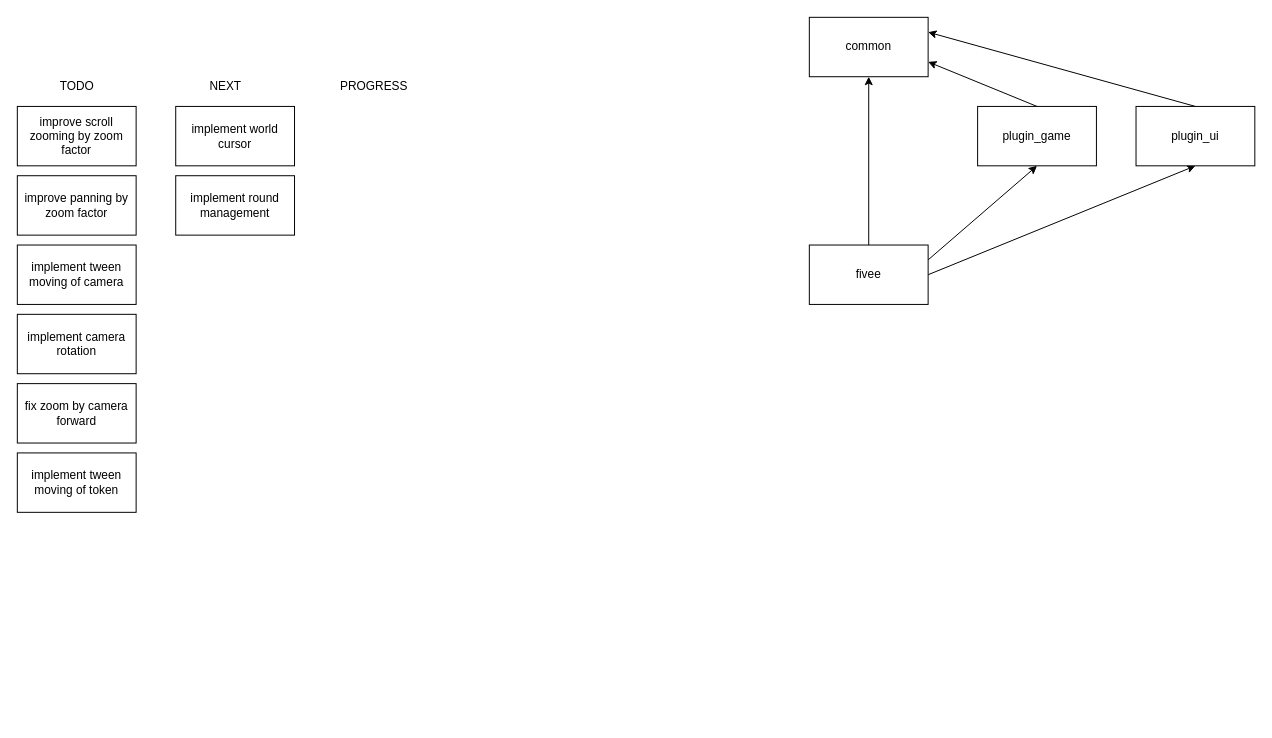
Above: .drawio in horup/fivee (draw.io), before the change. Source tidied: cells renumbered, new cells numbered last; positions are measured from the earlier drawing's top-left corner, leaving out a move shared by most shapes. Both pictures are drawn from the tidied source at 99%, with x=0, y=0 at pixel (17, 17).
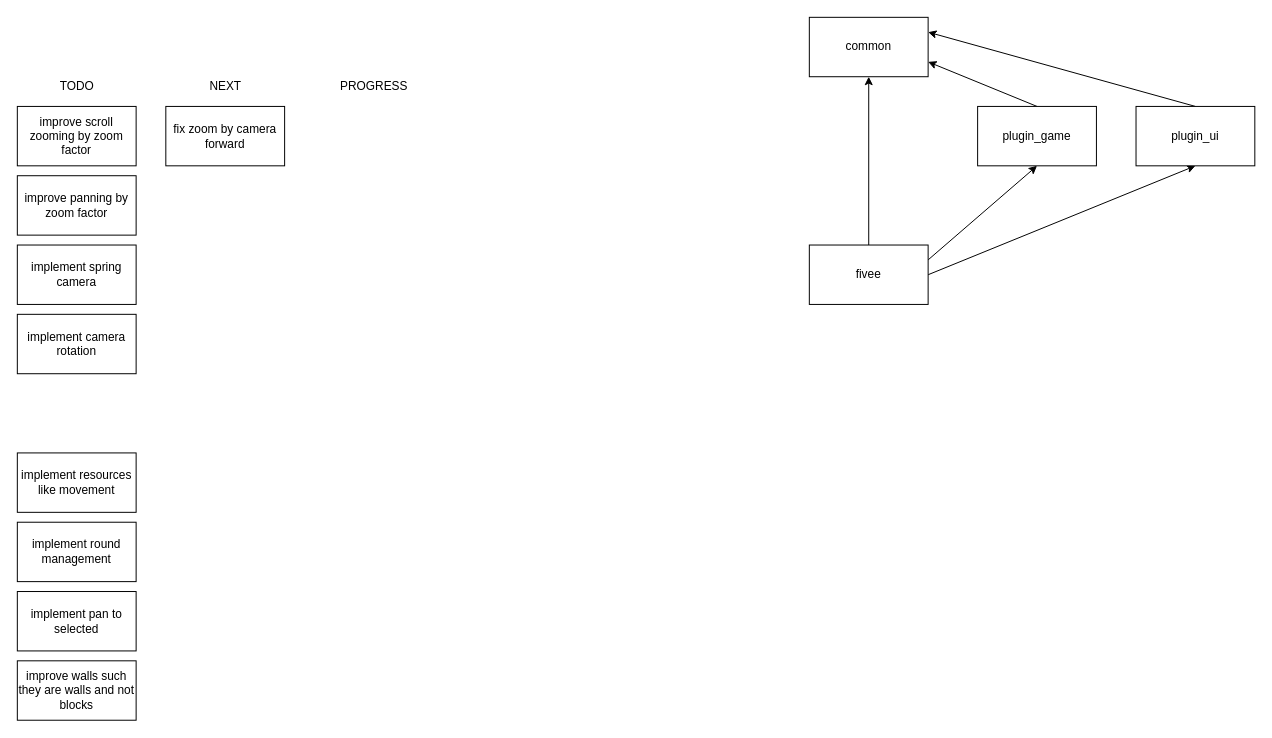
The same page after the edit.

The edit, as a diff of the source:
```diff
@@
-    <mxCell id="16" value="implement world cursor" style="rounded=0;whiteSpace=wrap;html=1;" parent="1" vertex="1">
-      <mxGeometry x="160" y="90" width="120" height="60" as="geometry" />
-    </mxCell>
@@
     <mxCell id="18" value="fix zoom by camera forward" style="rounded=0;whiteSpace=wrap;html=1;" parent="1" vertex="1">
-      <mxGeometry y="370" width="120" height="60" as="geometry" />
+      <mxGeometry x="150" y="90" width="120" height="60" as="geometry" />
     </mxCell>
-    <mxCell id="19" value="implement tween moving of token" style="rounded=0;whiteSpace=wrap;html=1;" parent="1" vertex="1">
-      <mxGeometry y="440" width="120" height="60" as="geometry" />
-    </mxCell>
-    <mxCell id="20" value="implement tween moving of camera" style="rounded=0;whiteSpace=wrap;html=1;" parent="1" vertex="1">
+    <mxCell id="20" value="implement spring camera" style="rounded=0;whiteSpace=wrap;html=1;" parent="1" vertex="1">
       <mxGeometry y="230" width="120" height="60" as="geometry" />
     </mxCell>
     <mxCell id="21" value="implement round management" style="rounded=0;whiteSpace=wrap;html=1;" parent="1" vertex="1">
-      <mxGeometry x="160" y="160" width="120" height="60" as="geometry" />
+      <mxGeometry y="510" width="120" height="60" as="geometry" />
     </mxCell>
+    <mxCell id="22" value="implement resources like movement" style="rounded=0;whiteSpace=wrap;html=1;" parent="1" vertex="1">
+      <mxGeometry y="440" width="120" height="60" as="geometry" />
+    </mxCell>
+    <mxCell id="23" value="implement pan to selected" style="rounded=0;whiteSpace=wrap;html=1;" parent="1" vertex="1">
+      <mxGeometry y="580" width="120" height="60" as="geometry" />
+    </mxCell>
+    <mxCell id="24" value="improve walls such they are walls and not blocks" style="rounded=0;whiteSpace=wrap;html=1;" parent="1" vertex="1">
+      <mxGeometry y="650" width="120" height="60" as="geometry" />
+    </mxCell>
```
